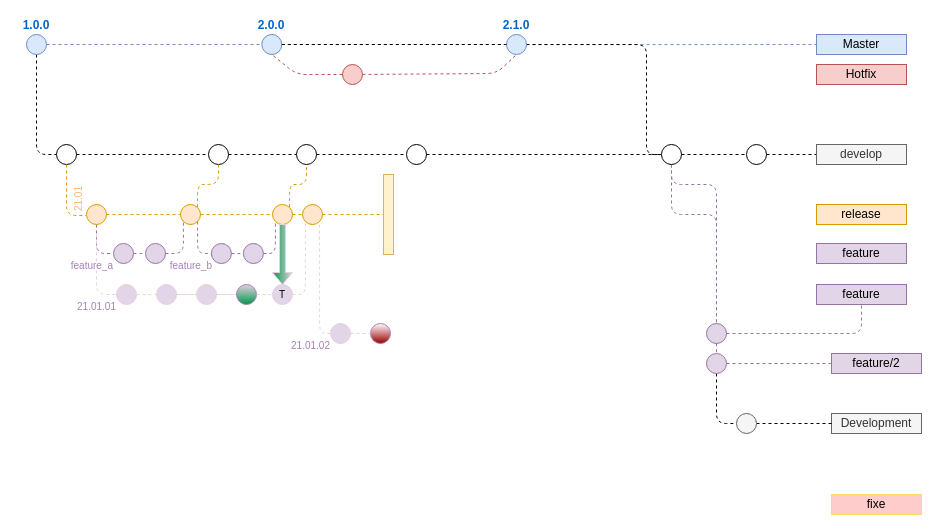
This is page "myway-roa-gitflow" (4 of 4) of Untitled Diagram.drawio from salmen/gitflowdiagram, a draw.io file, before an edit. Source tidied: cells renumbered, new cells numbered last; positions are measured from the earlier drawing's top-left corner, leaving out a move shared by most shapes. Both pictures are drawn from the tidied source at 100%, with x=0, y=0 at pixel (26, 34).
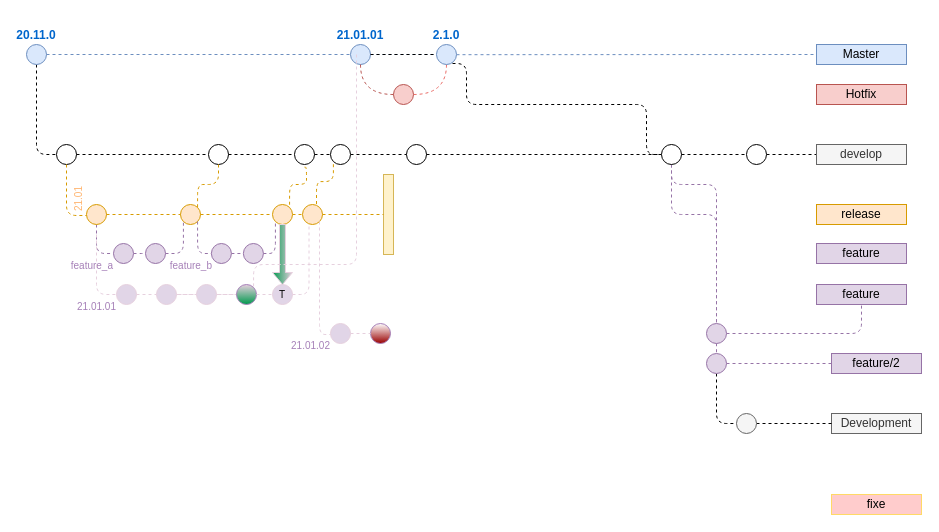
The same page after the edit.

The change refers to these unchanged cells:
```xml
<mxCell id="19" style="ellipse;whiteSpace=wrap;html=1;fillColor=#FFFFFF;" parent="1" vertex="1">
  <mxGeometry x="380" y="110" width="20" height="20" as="geometry" />
</mxCell>
<mxCell id="34" style="ellipse;whiteSpace=wrap;html=1;fontSize=10;fillColor=#FFFFFF;" parent="1" vertex="1">
  <mxGeometry x="635" y="110" width="20" height="20" as="geometry" />
</mxCell>
<mxCell id="36" style="ellipse;whiteSpace=wrap;html=1;fontSize=12;fillColor=#FFFFFF;" parent="1" vertex="1">
  <mxGeometry x="720" y="110" width="20" height="20" as="geometry" />
</mxCell>
<mxCell id="50" value="&lt;br&gt;" style="ellipse;whiteSpace=wrap;html=1;fontSize=10;labelPosition=center;verticalLabelPosition=top;align=center;verticalAlign=bottom;fillColor=#ffe6cc;strokeColor=#d79b00;fontColor=#FFB570;" parent="1" vertex="1">
  <mxGeometry x="276" y="170" width="20" height="20" as="geometry" />
</mxCell>
<mxCell id="72" style="ellipse;whiteSpace=wrap;html=1;fontSize=10;direction=south;gradientColor=#00994D;gradientDirection=east;fillColor=#E6D0DE;strokeColor=#A680B8;" parent="1" vertex="1">
  <mxGeometry x="210" y="250" width="20" height="20" as="geometry" />
</mxCell>
<mxCell id="76" value="T" style="ellipse;whiteSpace=wrap;html=1;fontSize=10;fillColor=#e1d5e7;strokeColor=#E6D0DE;direction=south;" parent="1" vertex="1">
  <mxGeometry x="246" y="250" width="20" height="20" as="geometry" />
</mxCell>
<mxCell id="79" value="&lt;div style=&quot;text-align: justify&quot;&gt;&lt;span&gt;21.01.02&lt;/span&gt;&lt;/div&gt;" style="ellipse;whiteSpace=wrap;html=1;fontSize=10;fillColor=#e1d5e7;verticalAlign=top;labelPosition=left;verticalLabelPosition=bottom;align=right;horizontal=1;fontColor=#A680B8;spacing=0;spacingBottom=0;spacingTop=-8;strokeColor=#E6D0DE;" parent="1" vertex="1">
  <mxGeometry x="304" y="289" width="20" height="20" as="geometry" />
</mxCell>
```

The edit, as a diff of the source:
```diff
@@
-    <mxCell id="4" value="1.0.0" style="ellipse;whiteSpace=wrap;html=1;fillColor=#dae8fc;strokeColor=#6c8ebf;fontStyle=1;labelPosition=center;verticalLabelPosition=top;align=center;verticalAlign=bottom;fontColor=#0066CC;" parent="1" vertex="1">
-      <mxGeometry width="20" height="20" as="geometry" />
+    <mxCell id="4" value="20.11.0" style="ellipse;whiteSpace=wrap;html=1;fillColor=#dae8fc;strokeColor=#6c8ebf;fontStyle=1;labelPosition=center;verticalLabelPosition=top;align=center;verticalAlign=bottom;fontColor=#0066CC;" parent="1" vertex="1">
+      <mxGeometry y="10" width="20" height="20" as="geometry" />
     </mxCell>
     <mxCell id="5" value="Master" style="text;html=1;strokeColor=#6c8ebf;fillColor=#dae8fc;align=center;verticalAlign=middle;whiteSpace=wrap;rounded=0;" parent="1" vertex="1">
-      <mxGeometry x="790" width="90" height="20" as="geometry" />
+      <mxGeometry x="790" y="10" width="90" height="20" as="geometry" />
     </mxCell>
+    <mxCell id="7" style="edgeStyle=orthogonalEdgeStyle;rounded=1;jettySize=auto;html=1;dashed=1;endArrow=none;endFill=0;fontSize=12;fontColor=#FFB570;fillColor=#d5e8d4;entryX=0;entryY=0.5;entryDx=0;entryDy=0;exitX=0.5;exitY=1;exitDx=0;exitDy=0;strokeColor=#FFFFFF;" parent="1" edge="1" source="47" target="36">
+      <mxGeometry relative="1" as="geometry">
+        <Array as="points">
+          <mxPoint x="700" y="120" />
+        </Array>
+      </mxGeometry>
+    </mxCell>
-    <mxCell id="6" style="endArrow=none;dashed=1;html=1;fillColor=#f8cecc;strokeColor=#b85450;entryX=0.5;entryY=1;entryDx=0;entryDy=0;endFill=0;" parent="1" edge="1" source="8" target="47">
-      <mxGeometry relative="1" as="geometry">
-        <Array as="points">
-          <mxPoint x="470" y="39" />
-        </Array>
-      </mxGeometry>
+    <mxCell id="6" style="edgeStyle=orthogonalEdgeStyle;rounded=0;jettySize=auto;html=1;dashed=1;startFill=0;endArrow=none;endFill=0;fillColor=#e1d5e7;entryX=0.5;entryY=1;entryDx=0;entryDy=0;curved=1;strokeColor=#EA6B66;" parent="1" edge="1" source="8" target="47">
+      <mxGeometry relative="1" as="geometry" />
     </mxCell>
-    <mxCell id="7" style="edgeStyle=orthogonalEdgeStyle;rounded=1;jettySize=auto;html=1;dashed=1;endArrow=none;endFill=0;fontSize=12;fontColor=#FFB570;fillColor=#d5e8d4;entryX=0;entryY=0.5;entryDx=0;entryDy=0;exitX=0.5;exitY=1;exitDx=0;exitDy=0;strokeColor=#FFFFFF;" parent="1" edge="1" source="47" target="36">
-      <mxGeometry relative="1" as="geometry">
-        <Array as="points">
-          <mxPoint x="700" y="120" />
-        </Array>
-      </mxGeometry>
-    </mxCell>
     <mxCell id="8" style="ellipse;whiteSpace=wrap;html=1;fillColor=#f8cecc;strokeColor=#b85450;" parent="1" vertex="1">
-      <mxGeometry x="316" y="30" width="20" height="20" as="geometry" />
+      <mxGeometry x="367" y="50" width="20" height="20" as="geometry" />
     </mxCell>
@@
     <mxCell id="10" value="Hotfix" style="text;html=1;strokeColor=#b85450;fillColor=#f8cecc;align=center;verticalAlign=middle;whiteSpace=wrap;rounded=0;" parent="1" vertex="1">
-      <mxGeometry x="790" y="30" width="90" height="20" as="geometry" />
+      <mxGeometry x="790" y="50" width="90" height="20" as="geometry" />
     </mxCell>
@@
     <mxCell id="16" style="ellipse;whiteSpace=wrap;html=1;fillColor=#FFFFFF;" parent="1" vertex="1">
-      <mxGeometry x="270" y="110" width="20" height="20" as="geometry" />
+      <mxGeometry x="268" y="110" width="20" height="20" as="geometry" />
     </mxCell>
@@
-    <mxCell id="20" style="edgeStyle=orthogonalEdgeStyle;rounded=1;jettySize=auto;html=1;dashed=1;endArrow=none;endFill=0;fillColor=#d5e8d4;" parent="1" edge="1" source="16" target="19">
+    <mxCell id="20" style="edgeStyle=orthogonalEdgeStyle;rounded=1;jettySize=auto;html=1;dashed=1;endArrow=none;endFill=0;fillColor=#d5e8d4;" parent="1" edge="1" source="83" target="19">
       <mxGeometry relative="1" as="geometry" />
     </mxCell>
-    <mxCell id="21" style="edgeStyle=orthogonalEdgeStyle;rounded=1;jettySize=auto;html=1;entryX=0;entryY=0.5;entryDx=0;entryDy=0;dashed=1;fillColor=#d5e8d4;endArrow=none;endFill=0;" parent="1" edge="1" source="47" target="34">
+    <mxCell id="21" style="edgeStyle=orthogonalEdgeStyle;rounded=1;jettySize=auto;html=1;entryX=0;entryY=0.5;entryDx=0;entryDy=0;dashed=1;fillColor=#d5e8d4;endArrow=none;endFill=0;" parent="1" edge="1" target="34">
       <mxGeometry relative="1" as="geometry">
+        <mxPoint x="420" y="29" as="sourcePoint" />
         <Array as="points">
+          <mxPoint x="440" y="29" />
+          <mxPoint x="440" y="70" />
+          <mxPoint x="620" y="70" />
           <mxPoint x="620" y="120" />
         </Array>
       </mxGeometry>
     </mxCell>
-    <mxCell id="22" value="2.0.0" style="ellipse;whiteSpace=wrap;html=1;fillColor=#dae8fc;strokeColor=#6c8ebf;fontStyle=1;labelPosition=center;verticalLabelPosition=top;align=center;verticalAlign=bottom;fontColor=#0066CC;" parent="1" vertex="1">
-      <mxGeometry x="235.3" width="20" height="20" as="geometry" />
+    <mxCell id="22" value="21.01.01" style="ellipse;whiteSpace=wrap;html=1;fillColor=#dae8fc;strokeColor=#6c8ebf;fontStyle=1;labelPosition=center;verticalLabelPosition=top;align=center;verticalAlign=bottom;fontColor=#0066CC;" parent="1" vertex="1">
+      <mxGeometry x="324" y="10" width="20" height="20" as="geometry" />
     </mxCell>
@@
     <mxCell id="47" value="2.1.0" style="ellipse;whiteSpace=wrap;html=1;fillColor=#dae8fc;strokeColor=#6c8ebf;fontStyle=1;labelPosition=center;verticalLabelPosition=top;align=center;verticalAlign=bottom;fontColor=#0066CC;" parent="1" vertex="1">
-      <mxGeometry x="480" width="20" height="20" as="geometry" />
+      <mxGeometry x="410" y="10" width="20" height="20" as="geometry" />
     </mxCell>
@@
-    <mxCell id="49" style="endArrow=none;dashed=1;html=1;fillColor=#f8cecc;strokeColor=#b85450;entryX=0.5;entryY=1;entryDx=0;entryDy=0;endFill=0;exitX=0;exitY=0.5;exitDx=0;exitDy=0;" parent="1" edge="1" source="8" target="22">
-      <mxGeometry relative="1" as="geometry">
-        <Array as="points">
-          <mxPoint x="270" y="40" />
-        </Array>
-      </mxGeometry>
+    <mxCell id="49" style="endArrow=none;dashed=1;html=1;fillColor=#f8cecc;strokeColor=#b85450;entryX=0.5;entryY=1;entryDx=0;entryDy=0;endFill=0;exitX=0;exitY=0.5;exitDx=0;exitDy=0;edgeStyle=orthogonalEdgeStyle;curved=1;" parent="1" edge="1" source="8" target="22">
+      <mxGeometry relative="1" as="geometry" />
     </mxCell>
@@
-    <mxCell id="73" style="edgeStyle=orthogonalEdgeStyle;rounded=1;jettySize=auto;html=1;dashed=1;endArrow=none;endFill=0;fontSize=10;fontColor=#FFB570;fillColor=#e1d5e7;entryX=0;entryY=1;entryDx=0;entryDy=0;strokeColor=#E6D0DE;exitX=0.5;exitY=0;exitDx=0;exitDy=0;" parent="1" edge="1" source="76" target="50">
+    <mxCell id="73" style="edgeStyle=orthogonalEdgeStyle;rounded=1;jettySize=auto;html=1;dashed=1;endArrow=none;endFill=0;fontSize=10;fontColor=#FFB570;fillColor=#e1d5e7;entryX=0.326;entryY=1.052;entryDx=0;entryDy=0;strokeColor=#E6D0DE;exitX=0.5;exitY=0;exitDx=0;exitDy=0;entryPerimeter=0;" parent="1" edge="1" source="76" target="50">
       <mxGeometry relative="1" as="geometry">
         <Array as="points">
-          <mxPoint x="279" y="260" />
+          <mxPoint x="283" y="260" />
+          <mxPoint x="283" y="191" />
         </Array>
       </mxGeometry>
     </mxCell>
@@
-    <mxCell id="82" style="edgeStyle=orthogonalEdgeStyle;rounded=1;jettySize=auto;html=1;dashed=1;endArrow=none;endFill=0;fontSize=10;fontColor=#FFB570;fillColor=#e1d5e7;entryX=1;entryY=1;entryDx=0;entryDy=0;strokeColor=#E6D0DE;exitX=0;exitY=0.5;exitDx=0;exitDy=0;" parent="1" edge="1" source="79" target="50">
+    <mxCell id="82" style="edgeStyle=orthogonalEdgeStyle;rounded=1;jettySize=auto;html=1;dashed=1;endArrow=none;endFill=0;fontSize=10;fontColor=#FFB570;fillColor=#e1d5e7;strokeColor=#E6D0DE;entryX=0;entryY=0;entryDx=0;entryDy=0;" parent="1" edge="1" target="72">
       <mxGeometry relative="1" as="geometry">
+        <mxPoint x="330" y="20" as="sourcePoint" />
         <Array as="points">
-          <mxPoint x="293" y="299" />
+          <mxPoint x="330" y="230" />
+          <mxPoint x="227" y="230" />
         </Array>
       </mxGeometry>
     </mxCell>
+    <mxCell id="83" style="ellipse;whiteSpace=wrap;html=1;fillColor=#FFFFFF;" parent="1" vertex="1">
+      <mxGeometry x="304" y="110" width="20" height="20" as="geometry" />
+    </mxCell>
+    <mxCell id="84" style="edgeStyle=orthogonalEdgeStyle;rounded=1;jettySize=auto;html=1;dashed=1;endArrow=none;endFill=0;fillColor=#d5e8d4;entryX=0;entryY=0.5;entryDx=0;entryDy=0;" parent="1" edge="1" source="16" target="83">
+      <mxGeometry relative="1" as="geometry">
+        <Array as="points">
+          <mxPoint x="304" y="120" />
+          <mxPoint x="304" y="120" />
+        </Array>
+      </mxGeometry>
+    </mxCell>
+    <mxCell id="85" style="edgeStyle=orthogonalEdgeStyle;rounded=1;orthogonalLoop=1;jettySize=auto;html=1;dashed=1;endArrow=none;endFill=0;fontSize=10;fontColor=#FFB570;fillColor=#ffe6cc;strokeColor=#d79b00;entryX=1;entryY=0;entryDx=0;entryDy=0;exitX=0.5;exitY=1.133;exitDx=0;exitDy=0;exitPerimeter=0;" parent="1" edge="1">
+      <mxGeometry relative="1" as="geometry">
+        <mxPoint x="306.9" y="129.7" as="sourcePoint" />
+        <mxPoint x="290" y="170" as="targetPoint" />
+        <Array as="points">
+          <mxPoint x="306.9" y="147.1" />
+          <mxPoint x="289.9" y="147.1" />
+        </Array>
+      </mxGeometry>
+    </mxCell>
+    <mxCell id="86" style="edgeStyle=orthogonalEdgeStyle;rounded=1;orthogonalLoop=1;jettySize=auto;html=1;dashed=1;endArrow=none;endFill=0;fontSize=10;fontColor=#FFB570;fillColor=#e1d5e7;strokeColor=#E6D0DE;" parent="1" edge="1">
+      <mxGeometry relative="1" as="geometry">
+        <mxPoint x="293" y="187" as="sourcePoint" />
+        <mxPoint x="304" y="300" as="targetPoint" />
+        <Array as="points">
+          <mxPoint x="293" y="300" />
+        </Array>
+      </mxGeometry>
+    </mxCell>
```
